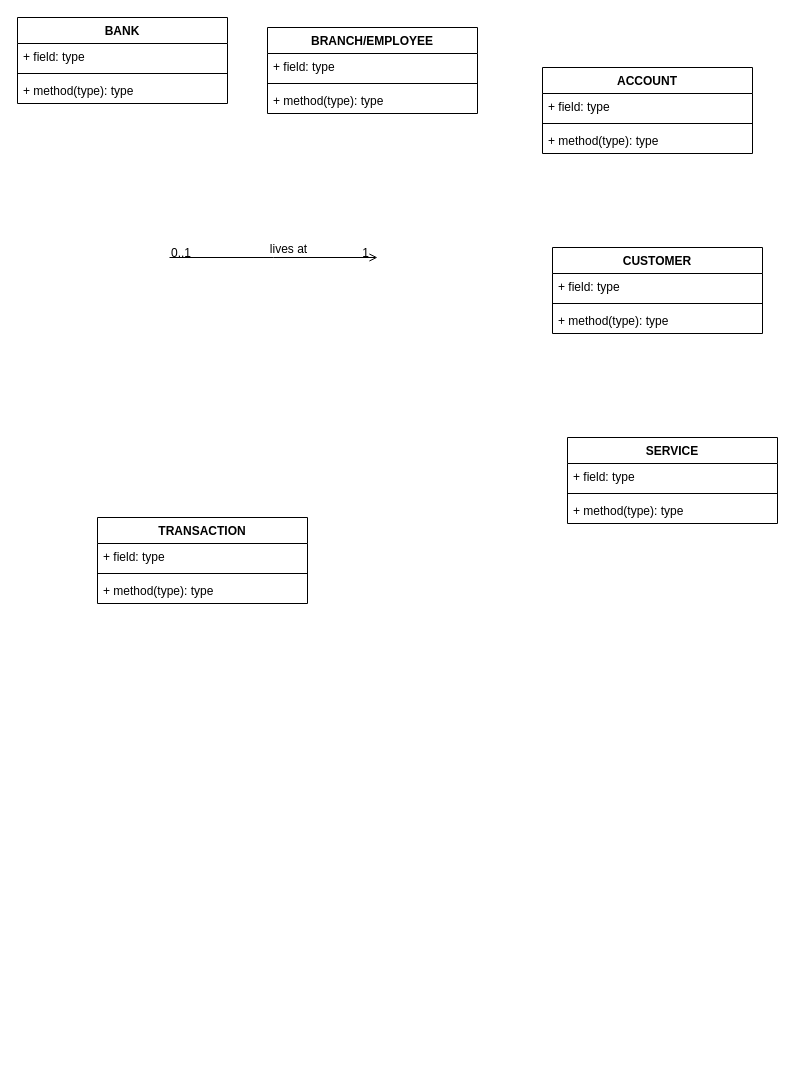
The draw.io diagram Untitled Diagram.drawio in KurkWY/Week7, before the edit. Source tidied: cells renumbered, new cells numbered last; positions are measured from the earlier drawing's top-left corner, leaving out a move shared by most shapes. Both pictures are drawn from the tidied source at 100%, with x=0, y=0 at pixel (17, 17).
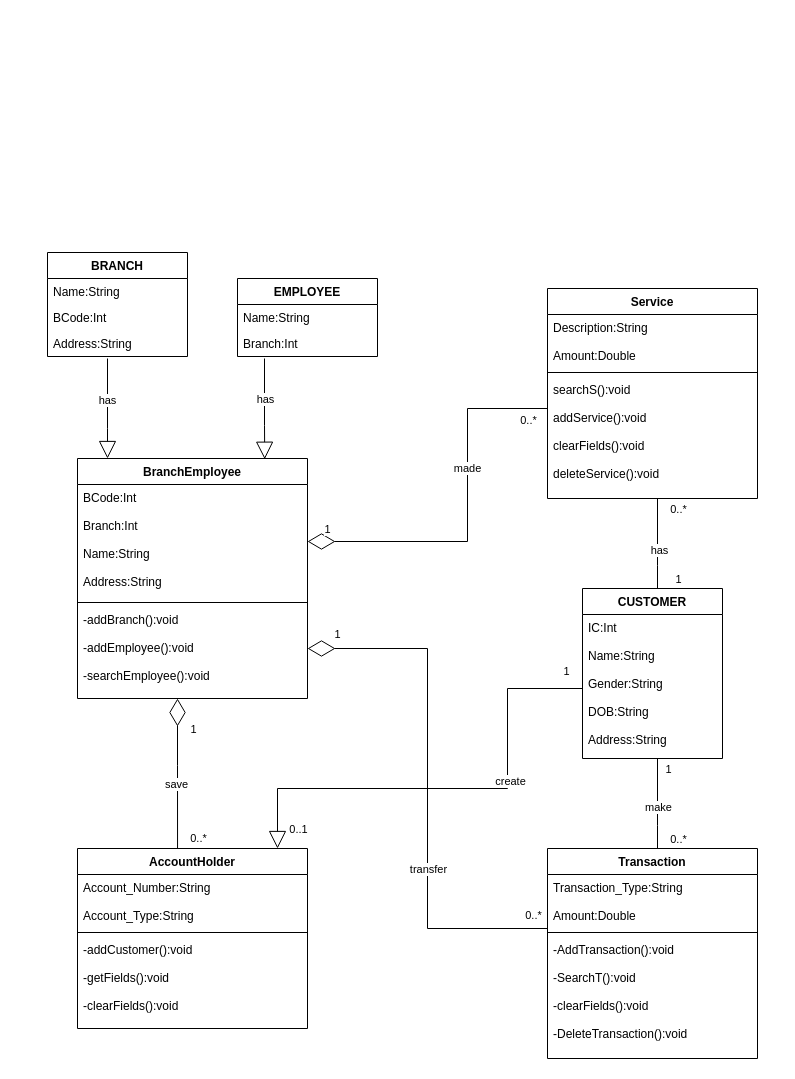
After the change.

The edit, as a diff of the source:
```diff
@@
-    <mxCell id="2" style="endArrow=open;shadow=0;strokeWidth=1;rounded=0;endFill=1;edgeStyle=elbowEdgeStyle;elbow=vertical;" parent="1" edge="1">
+    <mxCell id="2" style="endArrow=block;shadow=0;strokeWidth=1;rounded=0;endFill=0;edgeStyle=elbowEdgeStyle;elbow=vertical;entryX=0.814;entryY=0.003;entryDx=0;entryDy=0;entryPerimeter=0;startSize=10;endSize=15;" parent="1" edge="1" target="10">
       <mxGeometry x="0.5" y="41" relative="1" as="geometry">
-        <mxPoint x="152" y="240" as="sourcePoint" />
-        <mxPoint x="360" y="240" as="targetPoint" />
+        <mxPoint x="247" y="341" as="sourcePoint" />
+        <Array as="points">
+          <mxPoint x="300" y="408" />
+          <mxPoint x="170" y="408" />
+          <mxPoint x="200" y="421" />
+        </Array>
         <mxPoint x="-40" y="32" as="offset" />
       </mxGeometry>
     </mxCell>
-    <mxCell id="3" value="0..1" style="align=left;verticalAlign=bottom;labelBackgroundColor=none;fontSize=12;" parent="2" vertex="1">
-      <mxGeometry x="-1" relative="1" as="geometry">
-        <mxPoint y="4" as="offset" />
-      </mxGeometry>
-    </mxCell>
-    <mxCell id="4" value="1" style="align=right;verticalAlign=bottom;labelBackgroundColor=none;fontSize=12;" parent="2" vertex="1">
-      <mxGeometry x="1" relative="1" as="geometry">
-        <mxPoint x="-7" y="4" as="offset" />
-      </mxGeometry>
-    </mxCell>
-    <mxCell id="5" value="lives at" style="text;html=1;align=center;verticalAlign=middle;labelBackgroundColor=none;rounded=0;shadow=0;strokeWidth=1;fontSize=12;" parent="2" vertex="1">
-      <mxGeometry x="0.5" y="49" relative="1" as="geometry">
-        <mxPoint x="-38" y="40" as="offset" />
-      </mxGeometry>
-    </mxCell>
-    <mxCell id="6" value="BANK" style="swimlane;fontStyle=1;align=center;verticalAlign=top;horizontal=1;startSize=26;" parent="1" vertex="1">
-      <mxGeometry width="210" height="86" as="geometry" />
-    </mxCell>
-    <mxCell id="7" value="+ field: type" style="text;strokeColor=none;fillColor=none;align=left;verticalAlign=top;spacingLeft=4;spacingRight=4;overflow=hidden;" parent="6" vertex="1">
-      <mxGeometry y="26" width="210" height="26" as="geometry" />
-    </mxCell>
-    <mxCell id="8" style="line;strokeWidth=1;fillColor=none;align=left;verticalAlign=middle;spacingTop=-1;spacingLeft=3;spacingRight=3;labelPosition=right;" parent="6" vertex="1">
-      <mxGeometry y="52" width="210" height="8" as="geometry" />
-    </mxCell>
-    <mxCell id="9" value="+ method(type): type" style="text;strokeColor=none;fillColor=none;align=left;verticalAlign=top;spacingLeft=4;spacingRight=4;overflow=hidden;" parent="6" vertex="1">
-      <mxGeometry y="60" width="210" height="26" as="geometry" />
-    </mxCell>
+    <mxCell id="30" value="has" style="edgeLabel;html=1;align=center;verticalAlign=middle;" parent="2" vertex="1">
+      <mxGeometry x="-0.21" relative="1" as="geometry" />
+    </mxCell>
-    <mxCell id="10" value="BRANCH/EMPLOYEE" style="swimlane;fontStyle=1;align=center;verticalAlign=top;horizontal=1;startSize=26;" parent="1" vertex="1">
-      <mxGeometry x="250" y="10" width="210" height="86" as="geometry" />
+    <mxCell id="10" value="BranchEmployee" style="swimlane;fontStyle=1;align=center;verticalAlign=top;horizontal=1;startSize=26;" parent="1" vertex="1">
+      <mxGeometry x="60" y="441" width="230" height="240" as="geometry" />
     </mxCell>
-    <mxCell id="11" value="+ field: type" style="text;strokeColor=none;fillColor=none;align=left;verticalAlign=top;spacingLeft=4;spacingRight=4;overflow=hidden;points=[[0,0.5],[1,0.5]];portConstraint=eastwest;" parent="10" vertex="1">
-      <mxGeometry y="26" width="210" height="26" as="geometry" />
+    <mxCell id="11" value="BCode:Int&#10;&#10;Branch:Int&#10;&#10;Name:String&#10;&#10;Address:String&#10;&#10;" style="text;strokeColor=none;fillColor=none;align=left;verticalAlign=top;spacingLeft=4;spacingRight=4;overflow=hidden;points=[[0,0.5],[1,0.5]];portConstraint=eastwest;" parent="10" vertex="1">
+      <mxGeometry y="26" width="230" height="114" as="geometry" />
     </mxCell>
     <mxCell id="12" style="line;strokeWidth=1;fillColor=none;align=left;verticalAlign=middle;spacingTop=-1;spacingLeft=3;spacingRight=3;labelPosition=right;" parent="10" vertex="1">
-      <mxGeometry y="52" width="210" height="8" as="geometry" />
+      <mxGeometry y="140" width="230" height="8" as="geometry" />
     </mxCell>
-    <mxCell id="13" value="+ method(type): type" style="text;strokeColor=none;fillColor=none;align=left;verticalAlign=top;spacingLeft=4;spacingRight=4;overflow=hidden;" parent="10" vertex="1">
-      <mxGeometry y="60" width="210" height="26" as="geometry" />
+    <mxCell id="13" value="-addBranch():void&#10;&#10;-addEmployee():void&#10;&#10;-searchEmployee():void" style="text;strokeColor=none;fillColor=none;align=left;verticalAlign=top;spacingLeft=4;spacingRight=4;overflow=hidden;" parent="10" vertex="1">
+      <mxGeometry y="148" width="230" height="92" as="geometry" />
     </mxCell>
-    <mxCell id="14" value="ACCOUNT" style="swimlane;fontStyle=1;align=center;verticalAlign=top;horizontal=1;startSize=26;" parent="1" vertex="1">
-      <mxGeometry x="525" y="50" width="210" height="86" as="geometry" />
-    </mxCell>
-    <mxCell id="15" value="+ field: type" style="text;strokeColor=none;fillColor=none;align=left;verticalAlign=top;spacingLeft=4;spacingRight=4;overflow=hidden;" parent="14" vertex="1">
-      <mxGeometry y="26" width="210" height="26" as="geometry" />
-    </mxCell>
-    <mxCell id="16" style="line;strokeWidth=1;fillColor=none;align=left;verticalAlign=middle;spacingTop=-1;spacingLeft=3;spacingRight=3;labelPosition=right;" parent="14" vertex="1">
-      <mxGeometry y="52" width="210" height="8" as="geometry" />
-    </mxCell>
-    <mxCell id="17" value="+ method(type): type" style="text;strokeColor=none;fillColor=none;align=left;verticalAlign=top;spacingLeft=4;spacingRight=4;overflow=hidden;" parent="14" vertex="1">
-      <mxGeometry y="60" width="210" height="26" as="geometry" />
-    </mxCell>
-    <mxCell id="18" value="CUSTOMER" style="swimlane;fontStyle=1;align=center;verticalAlign=top;horizontal=1;startSize=26;" parent="1" vertex="1">
-      <mxGeometry x="535" y="230" width="210" height="86" as="geometry" />
-    </mxCell>
-    <mxCell id="19" value="+ field: type" style="text;strokeColor=none;fillColor=none;align=left;verticalAlign=top;spacingLeft=4;spacingRight=4;overflow=hidden;" parent="18" vertex="1">
-      <mxGeometry y="26" width="210" height="26" as="geometry" />
-    </mxCell>
-    <mxCell id="20" style="line;strokeWidth=1;fillColor=none;align=left;verticalAlign=middle;spacingTop=-1;spacingLeft=3;spacingRight=3;labelPosition=right;" parent="18" vertex="1">
-      <mxGeometry y="52" width="210" height="8" as="geometry" />
-    </mxCell>
-    <mxCell id="21" value="+ method(type): type" style="text;strokeColor=none;fillColor=none;align=left;verticalAlign=top;spacingLeft=4;spacingRight=4;overflow=hidden;" parent="18" vertex="1">
-      <mxGeometry y="60" width="210" height="26" as="geometry" />
-    </mxCell>
-    <mxCell id="22" value="SERVICE" style="swimlane;fontStyle=1;align=center;verticalAlign=top;horizontal=1;startSize=26;" parent="1" vertex="1">
-      <mxGeometry x="550" y="420" width="210" height="86" as="geometry" />
+    <mxCell id="22" value="Service" style="swimlane;fontStyle=1;align=center;verticalAlign=top;horizontal=1;startSize=26;" parent="1" vertex="1">
+      <mxGeometry x="530" y="271" width="210" height="210" as="geometry" />
     </mxCell>
-    <mxCell id="23" value="+ field: type" style="text;strokeColor=none;fillColor=none;align=left;verticalAlign=top;spacingLeft=4;spacingRight=4;overflow=hidden;" parent="22" vertex="1">
-      <mxGeometry y="26" width="210" height="26" as="geometry" />
+    <mxCell id="23" value="Description:String&#10;&#10;Amount:Double" style="text;strokeColor=none;fillColor=none;align=left;verticalAlign=top;spacingLeft=4;spacingRight=4;overflow=hidden;" parent="22" vertex="1">
+      <mxGeometry y="26" width="210" height="54" as="geometry" />
     </mxCell>
     <mxCell id="24" style="line;strokeWidth=1;fillColor=none;align=left;verticalAlign=middle;spacingTop=-1;spacingLeft=3;spacingRight=3;labelPosition=right;" parent="22" vertex="1">
-      <mxGeometry y="52" width="210" height="8" as="geometry" />
+      <mxGeometry y="80" width="210" height="8" as="geometry" />
     </mxCell>
-    <mxCell id="25" value="+ method(type): type" style="text;strokeColor=none;fillColor=none;align=left;verticalAlign=top;spacingLeft=4;spacingRight=4;overflow=hidden;" parent="22" vertex="1">
-      <mxGeometry y="60" width="210" height="26" as="geometry" />
+    <mxCell id="25" value="searchS():void&#10;&#10;addService():void&#10;&#10;clearFields():void&#10;&#10;deleteService():void" style="text;strokeColor=none;fillColor=none;align=left;verticalAlign=top;spacingLeft=4;spacingRight=4;overflow=hidden;" parent="22" vertex="1">
+      <mxGeometry y="88" width="210" height="122" as="geometry" />
     </mxCell>
-    <mxCell id="26" value="TRANSACTION" style="swimlane;fontStyle=1;align=center;verticalAlign=top;horizontal=1;startSize=26;" parent="1" vertex="1">
-      <mxGeometry x="80" y="500" width="210" height="86" as="geometry" />
+    <mxCell id="26" value="Transaction" style="swimlane;fontStyle=1;align=center;verticalAlign=top;horizontal=1;startSize=26;" parent="1" vertex="1">
+      <mxGeometry x="530" y="831" width="210" height="210" as="geometry" />
     </mxCell>
-    <mxCell id="27" value="+ field: type" style="text;strokeColor=none;fillColor=none;align=left;verticalAlign=top;spacingLeft=4;spacingRight=4;overflow=hidden;" parent="26" vertex="1">
-      <mxGeometry y="26" width="210" height="26" as="geometry" />
+    <mxCell id="27" value="Transaction_Type:String&#10;&#10;Amount:Double" style="text;strokeColor=none;fillColor=none;align=left;verticalAlign=top;spacingLeft=4;spacingRight=4;overflow=hidden;" parent="26" vertex="1">
+      <mxGeometry y="26" width="210" height="54" as="geometry" />
     </mxCell>
     <mxCell id="28" style="line;strokeWidth=1;fillColor=none;align=left;verticalAlign=middle;spacingTop=-1;spacingLeft=3;spacingRight=3;labelPosition=right;" parent="26" vertex="1">
-      <mxGeometry y="52" width="210" height="8" as="geometry" />
+      <mxGeometry y="80" width="210" height="8" as="geometry" />
     </mxCell>
-    <mxCell id="29" value="+ method(type): type" style="text;strokeColor=none;fillColor=none;align=left;verticalAlign=top;spacingLeft=4;spacingRight=4;overflow=hidden;" parent="26" vertex="1">
-      <mxGeometry y="60" width="210" height="26" as="geometry" />
+    <mxCell id="29" value="-AddTransaction():void&#10;&#10;-SearchT():void&#10;&#10;-clearFields():void&#10;&#10;-DeleteTransaction():void" style="text;strokeColor=none;fillColor=none;align=left;verticalAlign=top;spacingLeft=4;spacingRight=4;overflow=hidden;" parent="26" vertex="1">
+      <mxGeometry y="88" width="210" height="122" as="geometry" />
     </mxCell>
+    <mxCell id="31" value="AccountHolder" style="swimlane;fontStyle=1;align=center;verticalAlign=top;horizontal=1;startSize=26;" parent="1" vertex="1">
+      <mxGeometry x="60" y="831" width="230" height="180" as="geometry" />
+    </mxCell>
+    <mxCell id="32" value="Account_Number:String&#10;&#10;Account_Type:String" style="text;strokeColor=none;fillColor=none;align=left;verticalAlign=top;spacingLeft=4;spacingRight=4;overflow=hidden;" parent="31" vertex="1">
+      <mxGeometry y="26" width="230" height="54" as="geometry" />
+    </mxCell>
+    <mxCell id="33" style="line;strokeWidth=1;fillColor=none;align=left;verticalAlign=middle;spacingTop=-1;spacingLeft=3;spacingRight=3;labelPosition=right;" parent="31" vertex="1">
+      <mxGeometry y="80" width="230" height="8" as="geometry" />
+    </mxCell>
+    <mxCell id="34" value="-addCustomer():void&#10;&#10;-getFields():void&#10;&#10;-clearFields():void" style="text;strokeColor=none;fillColor=none;align=left;verticalAlign=top;spacingLeft=4;spacingRight=4;overflow=hidden;" parent="31" vertex="1">
+      <mxGeometry y="88" width="230" height="92" as="geometry" />
+    </mxCell>
+    <mxCell id="35" value="BRANCH" style="swimlane;fontStyle=1;horizontal=1;startSize=26;fillColor=none;" parent="1" vertex="1">
+      <mxGeometry x="30" y="235" width="140" height="104" as="geometry" />
+    </mxCell>
+    <mxCell id="36" value="Name:String" style="text;strokeColor=none;fillColor=none;align=left;verticalAlign=top;spacingLeft=4;spacingRight=4;overflow=hidden;" parent="35" vertex="1">
+      <mxGeometry y="26" width="140" height="26" as="geometry" />
+    </mxCell>
+    <mxCell id="37" value="BCode:Int" style="text;strokeColor=none;fillColor=none;align=left;verticalAlign=top;spacingLeft=4;spacingRight=4;overflow=hidden;" parent="35" vertex="1">
+      <mxGeometry y="52" width="140" height="26" as="geometry" />
+    </mxCell>
+    <mxCell id="38" value="Address:String" style="text;strokeColor=none;fillColor=none;align=left;verticalAlign=top;spacingLeft=4;spacingRight=4;overflow=hidden;" parent="35" vertex="1">
+      <mxGeometry y="78" width="140" height="26" as="geometry" />
+    </mxCell>
+    <mxCell id="39" value="EMPLOYEE" style="swimlane;fontStyle=1;horizontal=1;startSize=26;fillColor=none;" parent="1" vertex="1">
+      <mxGeometry x="220" y="261" width="140" height="78" as="geometry" />
+    </mxCell>
+    <mxCell id="40" value="Name:String" style="text;strokeColor=none;fillColor=none;align=left;verticalAlign=top;spacingLeft=4;spacingRight=4;overflow=hidden;" parent="39" vertex="1">
+      <mxGeometry y="26" width="140" height="26" as="geometry" />
+    </mxCell>
+    <mxCell id="41" value="Branch:Int" style="text;strokeColor=none;fillColor=none;align=left;verticalAlign=top;spacingLeft=4;spacingRight=4;overflow=hidden;" parent="39" vertex="1">
+      <mxGeometry y="52" width="140" height="26" as="geometry" />
+    </mxCell>
+    <mxCell id="42" style="endArrow=block;shadow=0;strokeWidth=1;rounded=0;endFill=0;edgeStyle=elbowEdgeStyle;elbow=vertical;endSize=15;" parent="1" edge="1">
+      <mxGeometry x="0.5" y="41" relative="1" as="geometry">
+        <mxPoint x="90" y="341" as="sourcePoint" />
+        <mxPoint x="90" y="441" as="targetPoint" />
+        <Array as="points">
+          <mxPoint x="100" y="411" />
+          <mxPoint x="100" y="411" />
+          <mxPoint x="83.2" y="406" />
+          <mxPoint x="113.2" y="419" />
+        </Array>
+        <mxPoint x="-40" y="32" as="offset" />
+      </mxGeometry>
+    </mxCell>
+    <mxCell id="43" value="has" style="edgeLabel;html=1;align=center;verticalAlign=middle;" parent="42" vertex="1">
+      <mxGeometry x="-0.18" y="-1" relative="1" as="geometry" />
+    </mxCell>
+    <mxCell id="18" value="CUSTOMER" style="swimlane;fontStyle=1;horizontal=1;startSize=26;fillColor=none;" parent="1" vertex="1">
+      <mxGeometry x="565" y="571" width="140" height="170" as="geometry" />
+    </mxCell>
+    <mxCell id="44" value="IC:Int&#10;&#10;Name:String&#10;&#10;Gender:String&#10;&#10;DOB:String&#10;&#10;Address:String&#10;&#10;&#10;" style="text;strokeColor=none;fillColor=none;align=left;verticalAlign=top;spacingLeft=4;spacingRight=4;overflow=hidden;points=[[0,0.5],[1,0.5]];portConstraint=eastwest;" parent="18" vertex="1">
+      <mxGeometry y="26" width="140" height="144" as="geometry" />
+    </mxCell>
+    <mxCell id="45" style="endArrow=none;shadow=0;strokeWidth=1;rounded=0;endFill=0;edgeStyle=elbowEdgeStyle;elbow=vertical;" parent="1" edge="1">
+      <mxGeometry x="0.5" y="41" relative="1" as="geometry">
+        <mxPoint x="640" y="481" as="sourcePoint" />
+        <mxPoint x="640" y="571" as="targetPoint" />
+        <Array as="points">
+          <mxPoint x="693" y="548" />
+          <mxPoint x="563" y="548" />
+          <mxPoint x="593" y="561" />
+        </Array>
+        <mxPoint x="-40" y="32" as="offset" />
+      </mxGeometry>
+    </mxCell>
+    <mxCell id="46" value="0..*" style="edgeLabel;html=1;align=center;verticalAlign=middle;" parent="45" vertex="1">
+      <mxGeometry x="0.17" y="3" relative="1" as="geometry">
+        <mxPoint x="17" y="-43" as="offset" />
+      </mxGeometry>
+    </mxCell>
+    <mxCell id="47" value="1" style="edgeLabel;html=1;align=center;verticalAlign=middle;" parent="45" vertex="1">
+      <mxGeometry x="0.08" y="2" relative="1" as="geometry">
+        <mxPoint x="18" y="31" as="offset" />
+      </mxGeometry>
+    </mxCell>
+    <mxCell id="48" value="has" style="edgeLabel;html=1;align=center;verticalAlign=middle;" parent="45" vertex="1">
+      <mxGeometry x="0.13" y="1" relative="1" as="geometry" />
+    </mxCell>
+    <mxCell id="49" style="endArrow=none;shadow=0;strokeWidth=1;rounded=0;endFill=0;edgeStyle=elbowEdgeStyle;elbow=vertical;" parent="1" edge="1">
+      <mxGeometry x="0.5" y="41" relative="1" as="geometry">
+        <mxPoint x="640" y="741" as="sourcePoint" />
+        <mxPoint x="640" y="831" as="targetPoint" />
+        <Array as="points">
+          <mxPoint x="693" y="808" />
+          <mxPoint x="563" y="808" />
+          <mxPoint x="593" y="821" />
+        </Array>
+        <mxPoint x="-40" y="32" as="offset" />
+      </mxGeometry>
+    </mxCell>
+    <mxCell id="50" value="1" style="edgeLabel;html=1;align=center;verticalAlign=middle;" parent="49" vertex="1">
+      <mxGeometry x="0.22" y="-2" relative="1" as="geometry">
+        <mxPoint x="12" y="-45" as="offset" />
+      </mxGeometry>
+    </mxCell>
+    <mxCell id="51" value="0..*" style="edgeLabel;html=1;align=center;verticalAlign=middle;" parent="49" vertex="1">
+      <mxGeometry x="0.22" y="-1" relative="1" as="geometry">
+        <mxPoint x="21" y="25" as="offset" />
+      </mxGeometry>
+    </mxCell>
+    <mxCell id="52" value="make" style="edgeLabel;html=1;align=center;verticalAlign=middle;" parent="49" vertex="1">
+      <mxGeometry x="0.07" relative="1" as="geometry" />
+    </mxCell>
+    <mxCell id="53" style="endArrow=block;shadow=0;strokeWidth=1;rounded=0;endFill=0;edgeStyle=elbowEdgeStyle;elbow=vertical;endSize=15;" parent="1" edge="1" target="31">
+      <mxGeometry x="0.5" y="41" relative="1" as="geometry">
+        <mxPoint x="490" y="671" as="sourcePoint" />
+        <Array as="points">
+          <mxPoint x="260" y="771" />
+          <mxPoint x="540" y="800" />
+          <mxPoint x="390" y="669" />
+          <mxPoint x="440" y="669" />
+          <mxPoint x="363" y="788" />
+          <mxPoint x="393" y="801" />
+        </Array>
+        <mxPoint x="-40" y="32" as="offset" />
+      </mxGeometry>
+    </mxCell>
+    <mxCell id="54" value="create" style="edgeLabel;html=1;align=center;verticalAlign=middle;" parent="53" vertex="1">
+      <mxGeometry x="-0.53" y="2" relative="1" as="geometry" />
+    </mxCell>
+    <mxCell id="55" style="endArrow=none;shadow=0;strokeWidth=1;rounded=0;endFill=0;edgeStyle=elbowEdgeStyle;elbow=vertical;exitX=0;exitY=0.5;exitDx=0;exitDy=0;" parent="1" edge="1" source="44">
+      <mxGeometry x="0.5" y="41" relative="1" as="geometry">
+        <mxPoint x="490" y="671" as="targetPoint" />
+        <Array as="points">
+          <mxPoint x="540" y="671" />
+          <mxPoint x="413" y="648" />
+          <mxPoint x="443" y="661" />
+        </Array>
+        <mxPoint x="-40" y="32" as="offset" />
+      </mxGeometry>
+    </mxCell>
+    <mxCell id="56" style="endArrow=none;shadow=0;strokeWidth=1;rounded=0;endFill=0;edgeStyle=elbowEdgeStyle;elbow=vertical;entryX=0.435;entryY=0;entryDx=0;entryDy=0;entryPerimeter=0;startArrow=diamondThin;startFill=0;sourcePerimeterSpacing=6;targetPerimeterSpacing=6;endSize=12;startSize=25;" parent="1" edge="1" target="31">
+      <mxGeometry x="0.5" y="41" relative="1" as="geometry">
+        <mxPoint x="160" y="681" as="sourcePoint" />
+        <Array as="points">
+          <mxPoint x="213" y="748" />
+          <mxPoint x="83" y="748" />
+          <mxPoint x="113" y="761" />
+        </Array>
+        <mxPoint x="-40" y="32" as="offset" />
+      </mxGeometry>
+    </mxCell>
+    <mxCell id="57" value="1" style="edgeLabel;html=1;align=center;verticalAlign=middle;" parent="56" vertex="1">
+      <mxGeometry x="-0.26" y="-1" relative="1" as="geometry">
+        <mxPoint x="16" y="-26" as="offset" />
+      </mxGeometry>
+    </mxCell>
+    <mxCell id="58" value="0..*" style="edgeLabel;html=1;align=center;verticalAlign=middle;" parent="56" vertex="1">
+      <mxGeometry x="0.34" y="-1" relative="1" as="geometry">
+        <mxPoint x="21" y="39" as="offset" />
+      </mxGeometry>
+    </mxCell>
+    <mxCell id="59" value="save" style="edgeLabel;html=1;align=center;verticalAlign=middle;" parent="56" vertex="1">
+      <mxGeometry x="0.15" y="-2" relative="1" as="geometry" />
+    </mxCell>
+    <mxCell id="60" style="endArrow=none;shadow=0;strokeWidth=1;rounded=0;endFill=0;edgeStyle=elbowEdgeStyle;elbow=vertical;startArrow=diamondThin;startFill=0;sourcePerimeterSpacing=6;targetPerimeterSpacing=6;endSize=15;startSize=25;exitX=1;exitY=0.5;exitDx=0;exitDy=0;" parent="1" edge="1" source="11">
+      <mxGeometry x="0.5" y="41" relative="1" as="geometry">
+        <mxPoint x="450" y="391" as="targetPoint" />
+        <Array as="points">
+          <mxPoint x="390" y="524" />
+          <mxPoint x="463" y="418" />
+          <mxPoint x="333" y="418" />
+          <mxPoint x="363" y="431" />
+        </Array>
+        <mxPoint x="-40" y="32" as="offset" />
+      </mxGeometry>
+    </mxCell>
+    <mxCell id="61" value="1" style="edgeLabel;html=1;align=center;verticalAlign=middle;" parent="60" vertex="1">
+      <mxGeometry x="-0.26" y="-1" relative="1" as="geometry">
+        <mxPoint x="-89" y="-14" as="offset" />
+      </mxGeometry>
+    </mxCell>
+    <mxCell id="62" value="0..*" style="edgeLabel;html=1;align=center;verticalAlign=middle;" parent="60" vertex="1">
+      <mxGeometry x="0.34" y="-1" relative="1" as="geometry">
+        <mxPoint x="59" y="-86" as="offset" />
+      </mxGeometry>
+    </mxCell>
+    <mxCell id="63" value="made" style="edgeLabel;html=1;align=center;verticalAlign=middle;" parent="60" vertex="1">
+      <mxGeometry x="0.6" y="1" relative="1" as="geometry" />
+    </mxCell>
+    <mxCell id="64" style="endArrow=none;endFill=0;endSize=12;html=1;strokeWidth=1;" parent="1" edge="1">
+      <mxGeometry relative="1" as="geometry">
+        <mxPoint x="450" y="391" as="sourcePoint" />
+        <mxPoint x="530" y="391" as="targetPoint" />
+      </mxGeometry>
+    </mxCell>
+    <mxCell id="65" style="endArrow=diamondThin;endFill=0;endSize=25;html=1;strokeWidth=1;" parent="1" edge="1">
+      <mxGeometry relative="1" as="geometry">
+        <mxPoint x="410" y="631" as="sourcePoint" />
+        <mxPoint x="290" y="631" as="targetPoint" />
+      </mxGeometry>
+    </mxCell>
+    <mxCell id="3" value="0..1" style="edgeLabel;html=1;align=center;verticalAlign=middle;" parent="65" vertex="1">
+      <mxGeometry x="-0.51" y="1" relative="1" as="geometry">
+        <mxPoint x="-101" y="179" as="offset" />
+      </mxGeometry>
+    </mxCell>
+    <mxCell id="66" style="endArrow=none;endFill=0;endSize=12;html=1;strokeWidth=1;" parent="1" edge="1">
+      <mxGeometry relative="1" as="geometry">
+        <mxPoint x="410" y="631" as="sourcePoint" />
+        <mxPoint x="410" y="911" as="targetPoint" />
+      </mxGeometry>
+    </mxCell>
+    <mxCell id="67" value="transfer" style="edgeLabel;html=1;align=center;verticalAlign=middle;" parent="66" vertex="1">
+      <mxGeometry x="0.57" relative="1" as="geometry" />
+    </mxCell>
+    <mxCell id="68" style="endArrow=none;endFill=0;endSize=12;html=1;strokeWidth=1;" parent="1" edge="1">
+      <mxGeometry relative="1" as="geometry">
+        <mxPoint x="410" y="911" as="sourcePoint" />
+        <mxPoint x="530" y="911" as="targetPoint" />
+      </mxGeometry>
+    </mxCell>
+    <mxCell id="69" value="1" style="edgeLabel;html=1;align=center;verticalAlign=middle;" parent="1" vertex="1">
+      <mxGeometry x="320" y="521" as="geometry">
+        <mxPoint x="-1" y="95" as="offset" />
+      </mxGeometry>
+    </mxCell>
+    <mxCell id="70" value="0..*" style="edgeLabel;html=1;align=center;verticalAlign=middle;" parent="1" vertex="1">
+      <mxGeometry x="510" y="411" as="geometry">
+        <mxPoint x="5" y="486" as="offset" />
+      </mxGeometry>
+    </mxCell>
+    <mxCell id="71" value="1" style="edgeLabel;html=1;align=center;verticalAlign=middle;" parent="1" vertex="1">
+      <mxGeometry x="590" y="360" as="geometry">
+        <mxPoint x="-42" y="293" as="offset" />
+      </mxGeometry>
+    </mxCell>
```
